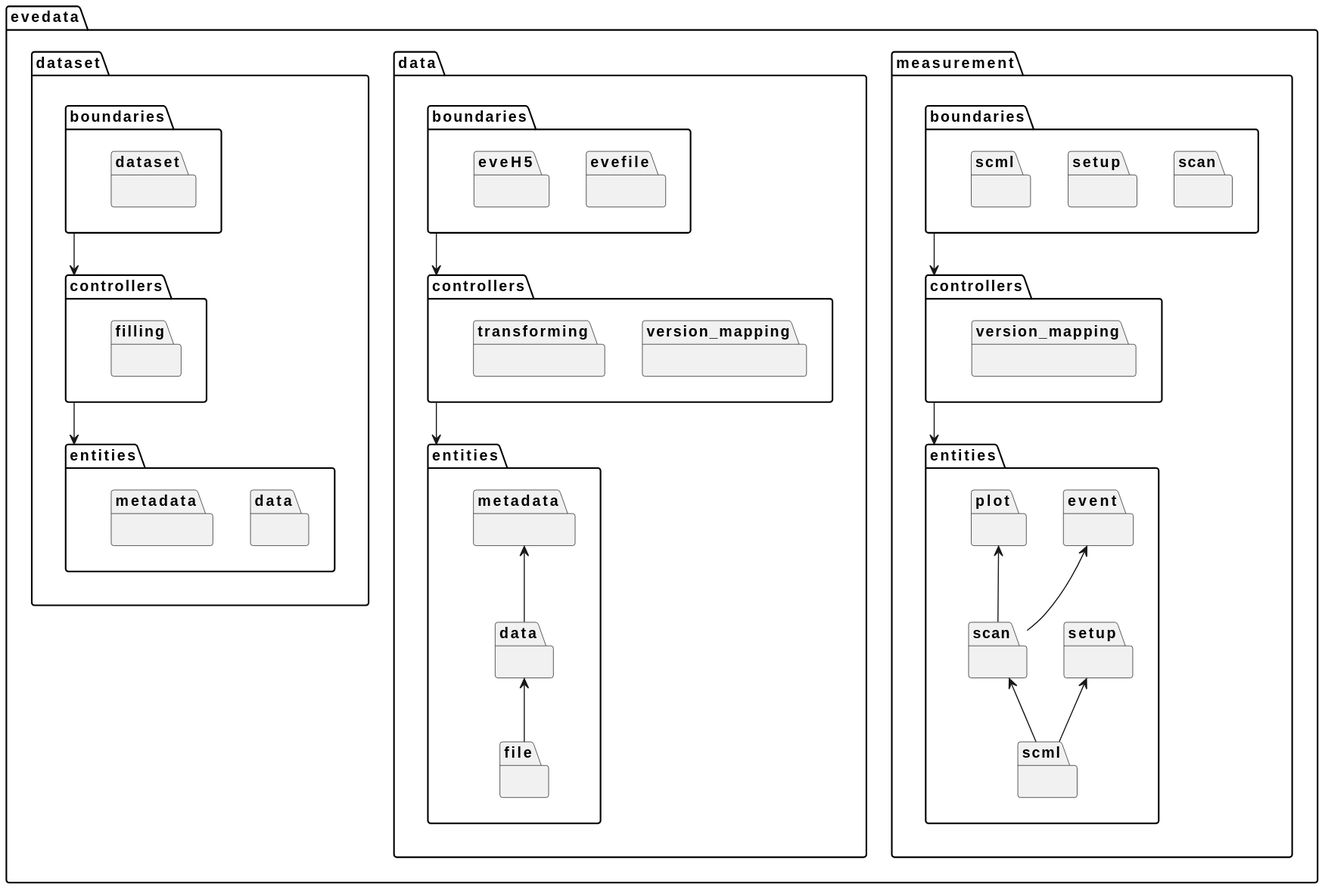
Before: docs/uml/evedata-functional-layers.svg, a diagram exported from PlantUML (tillbiskup/evedata).
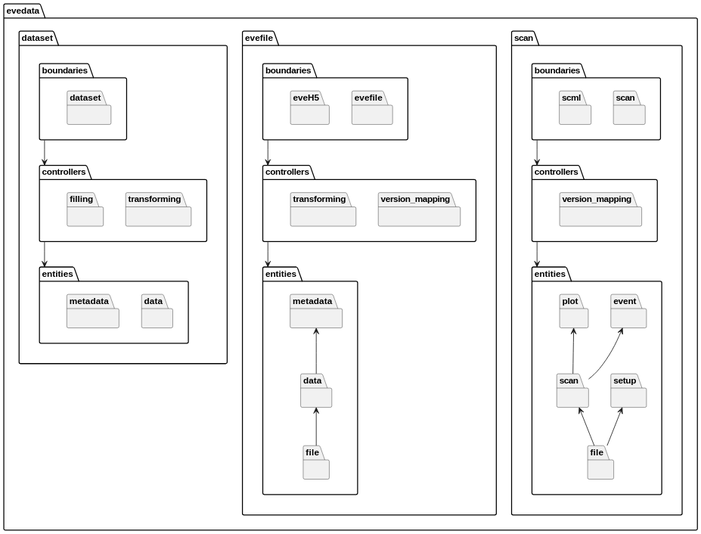
The same file after the commit.

The edit, as a diff of the source:
```diff
@@ -1,17 +1,16 @@
 @startuml
 
 package evedata {
-    package evedata.measurement {
-        package evedata.measurement.boundaries {
+    package evedata.scan {
+        package evedata.scan.boundaries {
             package scan {}
-            package setup {}
             package scml {}
         }
-        package evedata.measurement.controllers {
+        package evedata.scan.controllers {
             package version_mapping {}
         }
-        package evedata.measurement.entities {
-            package scml {
+        package evedata.scan.entities {
+            package file {
             }
             package setup {
             }
@@ -22,37 +21,37 @@
             package plot {
             }
 
-            setup <-- scml
-            scan <-- scml
+            setup <-- file
+            scan <-- file
             event <-- scan
             plot <-- scan
         }
-        evedata.measurement.boundaries --> evedata.measurement.controllers
-        evedata.measurement.controllers --> evedata.measurement.entities
+        evedata.scan.boundaries --> evedata.scan.controllers
+        evedata.scan.controllers --> evedata.scan.entities
     }
 
-    package evedata.data {
-        package evedata.data.boundaries {
+    package evedata.evefile {
+        package evedata.evefile.boundaries {
             package evefile {}
             package eveH5 {}
         }
-        package evedata.data.controllers {
+        package evedata.evefile.controllers {
             package version_mapping {}
             package transforming {}
         }
-        package evedata.data.entities {
-            package evedata.data.entities.file {
+        package evedata.evefile.entities {
+            package evedata.evefile.entities.file {
             }
-            package evedata.data.entities.data {
+            package evedata.evefile.entities.data {
             }
-            package evedata.data.entities.metadata {
+            package evedata.evefile.entities.metadata {
             }
 
-            evedata.data.entities.metadata <-- evedata.data.entities.data
-            evedata.data.entities.data <-- evedata.data.entities.file
+            evedata.evefile.entities.metadata <-- evedata.evefile.entities.data
+            evedata.evefile.entities.data <-- evedata.evefile.entities.file
         }
-        evedata.data.boundaries --> evedata.data.controllers
-        evedata.data.controllers --> evedata.data.entities
+        evedata.evefile.boundaries --> evedata.evefile.controllers
+        evedata.evefile.controllers --> evedata.evefile.entities
     }
 
     package evedata.dataset {
@@ -60,6 +59,7 @@
             package dataset {}
         }
         package evedata.dataset.controllers {
+            package transforming {}
             package filling {}
         }
         package evedata.dataset.entities {
```
